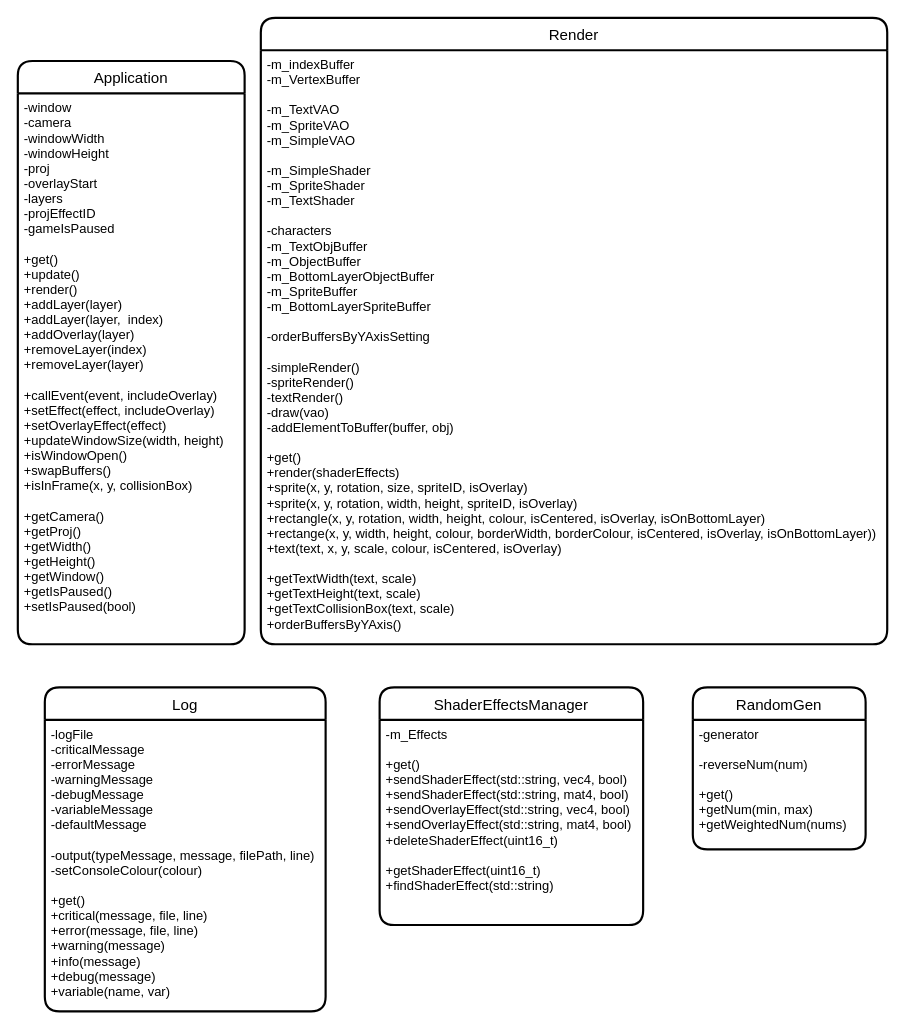
This is page "Singletons" (8 of 10) of docs/Design - Classes.drawio from DeDerpster/TheMazeGame, a draw.io file, before an edit. Source tidied: cells renumbered, new cells numbered last; positions are measured from the earlier drawing's top-left corner, leaving out a move shared by most shapes. Both pictures are drawn from the tidied source at 108%, with x=0, y=0 at pixel (17, 17).
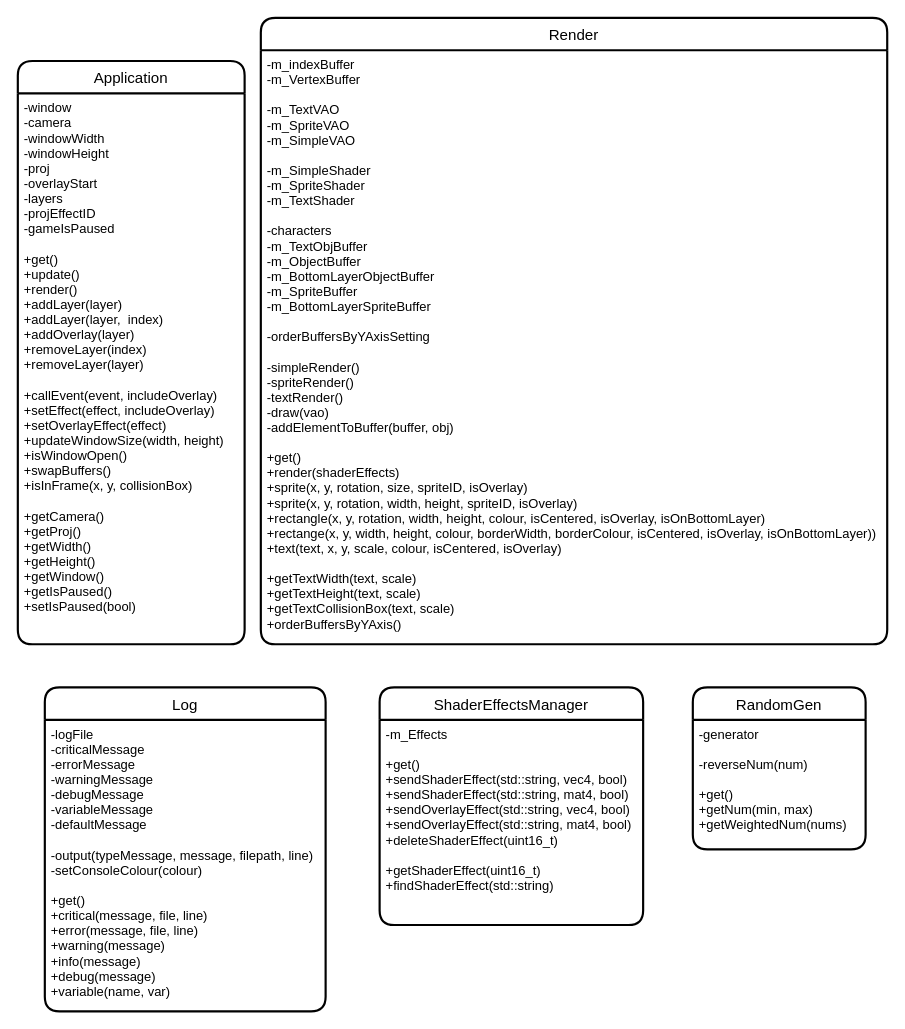
The same diagram, later.

What changed in the source:
```diff
@@
 <mxGraphModel>
   <root>
     <mxCell id="0" />
     <mxCell id="1" parent="0" />
     <mxCell id="2" value="Application" style="swimlane;horizontal=1;startSize=30;rounded=1;fontSize=14;fontStyle=0;strokeWidth=2;shadow=0;dashed=0;align=center;" parent="1" vertex="1">
       <mxGeometry y="40" width="210" height="540" as="geometry" />
     </mxCell>
     <mxCell id="3" value="-window&#10;-camera&#10;-windowWidth&#10;-windowHeight&#10;-proj&#10;-overlayStart&#10;-layers&#10;-projEffectID&#10;-gameIsPaused&#10;&#10;+get()&#10;+update()&#10;+render()&#10;+addLayer(layer)&#10;+addLayer(layer,  index)&#10;+addOverlay(layer)&#10;+removeLayer(index)&#10;+removeLayer(layer)&#10;&#10;+callEvent(event, includeOverlay)&#10;+setEffect(effect, includeOverlay)&#10;+setOverlayEffect(effect)&#10;+updateWindowSize(width, height)&#10;+isWindowOpen()&#10;+swapBuffers()&#10;+isInFrame(x, y, collisionBox)&#10;&#10;+getCamera()&#10;+getProj()&#10;+getWidth()&#10;+getHeight()&#10;+getWindow()&#10;+getIsPaused()&#10;+setIsPaused(bool)" style="align=left;strokeColor=none;fillColor=none;spacingLeft=4;fontSize=12;verticalAlign=top;" parent="2" vertex="1">
       <mxGeometry y="30" width="210" height="510" as="geometry" />
     </mxCell>
     <mxCell id="4" value="Render" style="swimlane;horizontal=1;startSize=30;rounded=1;fontSize=14;fontStyle=0;strokeWidth=2;shadow=0;dashed=0;align=center;" parent="1" vertex="1">
       <mxGeometry x="225" width="580" height="580" as="geometry" />
     </mxCell>
     <mxCell id="5" value="-m_indexBuffer&#10;-m_VertexBuffer&#10;&#10;-m_TextVAO&#10;-m_SpriteVAO&#10;-m_SimpleVAO&#10;&#10;-m_SimpleShader&#10;-m_SpriteShader&#10;-m_TextShader&#10;&#10;-characters&#10;-m_TextObjBuffer&#10;-m_ObjectBuffer&#10;-m_BottomLayerObjectBuffer&#10;-m_SpriteBuffer&#10;-m_BottomLayerSpriteBuffer&#10;&#10;-orderBuffersByYAxisSetting&#10;&#10;-simpleRender()&#10;-spriteRender()&#10;-textRender()&#10;-draw(vao)&#10;-addElementToBuffer(buffer, obj)&#10;&#10;+get()&#10;+render(shaderEffects)&#10;+sprite(x, y, rotation, size, spriteID, isOverlay)&#10;+sprite(x, y, rotation, width, height, spriteID, isOverlay)&#10;+rectangle(x, y, rotation, width, height, colour, isCentered, isOverlay, isOnBottomLayer)&#10;+rectange(x, y, width, height, colour, borderWidth, borderColour, isCentered, isOverlay, isOnBottomLayer))&#10;+text(text, x, y, scale, colour, isCentered, isOverlay)&#10;&#10;+getTextWidth(text, scale)&#10;+getTextHeight(text, scale)&#10;+getTextCollisionBox(text, scale)&#10;+orderBuffersByYAxis()" style="align=left;strokeColor=none;fillColor=none;spacingLeft=4;fontSize=12;verticalAlign=top;" parent="4" vertex="1">
       <mxGeometry y="30" width="580" height="550" as="geometry" />
     </mxCell>
     <mxCell id="6" value="ShaderEffectsManager" style="swimlane;horizontal=1;startSize=30;rounded=1;fontSize=14;fontStyle=0;strokeWidth=2;shadow=0;dashed=0;align=center;" parent="1" vertex="1">
       <mxGeometry x="335" y="620" width="244" height="220" as="geometry" />
     </mxCell>
     <mxCell id="7" value="-m_Effects&#10;&#10;+get()&#10;+sendShaderEffect(std::string, vec4, bool)&#10;+sendShaderEffect(std::string, mat4, bool)&#10;+sendOverlayEffect(std::string, vec4, bool)&#10;+sendOverlayEffect(std::string, mat4, bool)&#10;+deleteShaderEffect(uint16_t)&#10;&#10;+getShaderEffect(uint16_t)&#10;+findShaderEffect(std::string)" style="align=left;strokeColor=none;fillColor=none;spacingLeft=4;fontSize=12;verticalAlign=top;" parent="6" vertex="1">
       <mxGeometry y="30" width="244" height="190" as="geometry" />
     </mxCell>
     <mxCell id="8" value="RandomGen" style="swimlane;horizontal=1;startSize=30;rounded=1;fontSize=14;fontStyle=0;strokeWidth=2;shadow=0;dashed=0;align=center;" parent="1" vertex="1">
       <mxGeometry x="625" y="620" width="160" height="150" as="geometry" />
     </mxCell>
     <mxCell id="9" value="-generator&#10;&#10;-reverseNum(num)&#10;&#10;+get()&#10;+getNum(min, max)&#10;+getWeightedNum(nums)" style="align=left;strokeColor=none;fillColor=none;spacingLeft=4;fontSize=12;verticalAlign=top;" parent="8" vertex="1">
       <mxGeometry y="30" width="160" height="120" as="geometry" />
     </mxCell>
     <mxCell id="10" value="Log" style="swimlane;horizontal=1;startSize=30;rounded=1;fontSize=14;fontStyle=0;strokeWidth=2;shadow=0;dashed=0;align=center;" parent="1" vertex="1">
       <mxGeometry x="25" y="620" width="260" height="300" as="geometry" />
     </mxCell>
-    <mxCell id="11" value="-logFile&#10;-criticalMessage&#10;-errorMessage&#10;-warningMessage&#10;-debugMessage&#10;-variableMessage&#10;-defaultMessage&#10;&#10;-output(typeMessage, message, filePath, line)&#10;-setConsoleColour(colour)&#10;&#10;+get()&#10;+critical(message, file, line)&#10;+error(message, file, line)&#10;+warning(message)&#10;+info(message)&#10;+debug(message)&#10;+variable(name, var)" style="align=left;strokeColor=none;fillColor=none;spacingLeft=4;fontSize=12;verticalAlign=top;" parent="10" vertex="1">
+    <mxCell id="11" value="-logFile&#10;-criticalMessage&#10;-errorMessage&#10;-warningMessage&#10;-debugMessage&#10;-variableMessage&#10;-defaultMessage&#10;&#10;-output(typeMessage, message, filepath, line)&#10;-setConsoleColour(colour)&#10;&#10;+get()&#10;+critical(message, file, line)&#10;+error(message, file, line)&#10;+warning(message)&#10;+info(message)&#10;+debug(message)&#10;+variable(name, var)" style="align=left;strokeColor=none;fillColor=none;spacingLeft=4;fontSize=12;verticalAlign=top;" parent="10" vertex="1">
       <mxGeometry y="30" width="260" height="270" as="geometry" />
     </mxCell>
   </root>
 </mxGraphModel>
```
